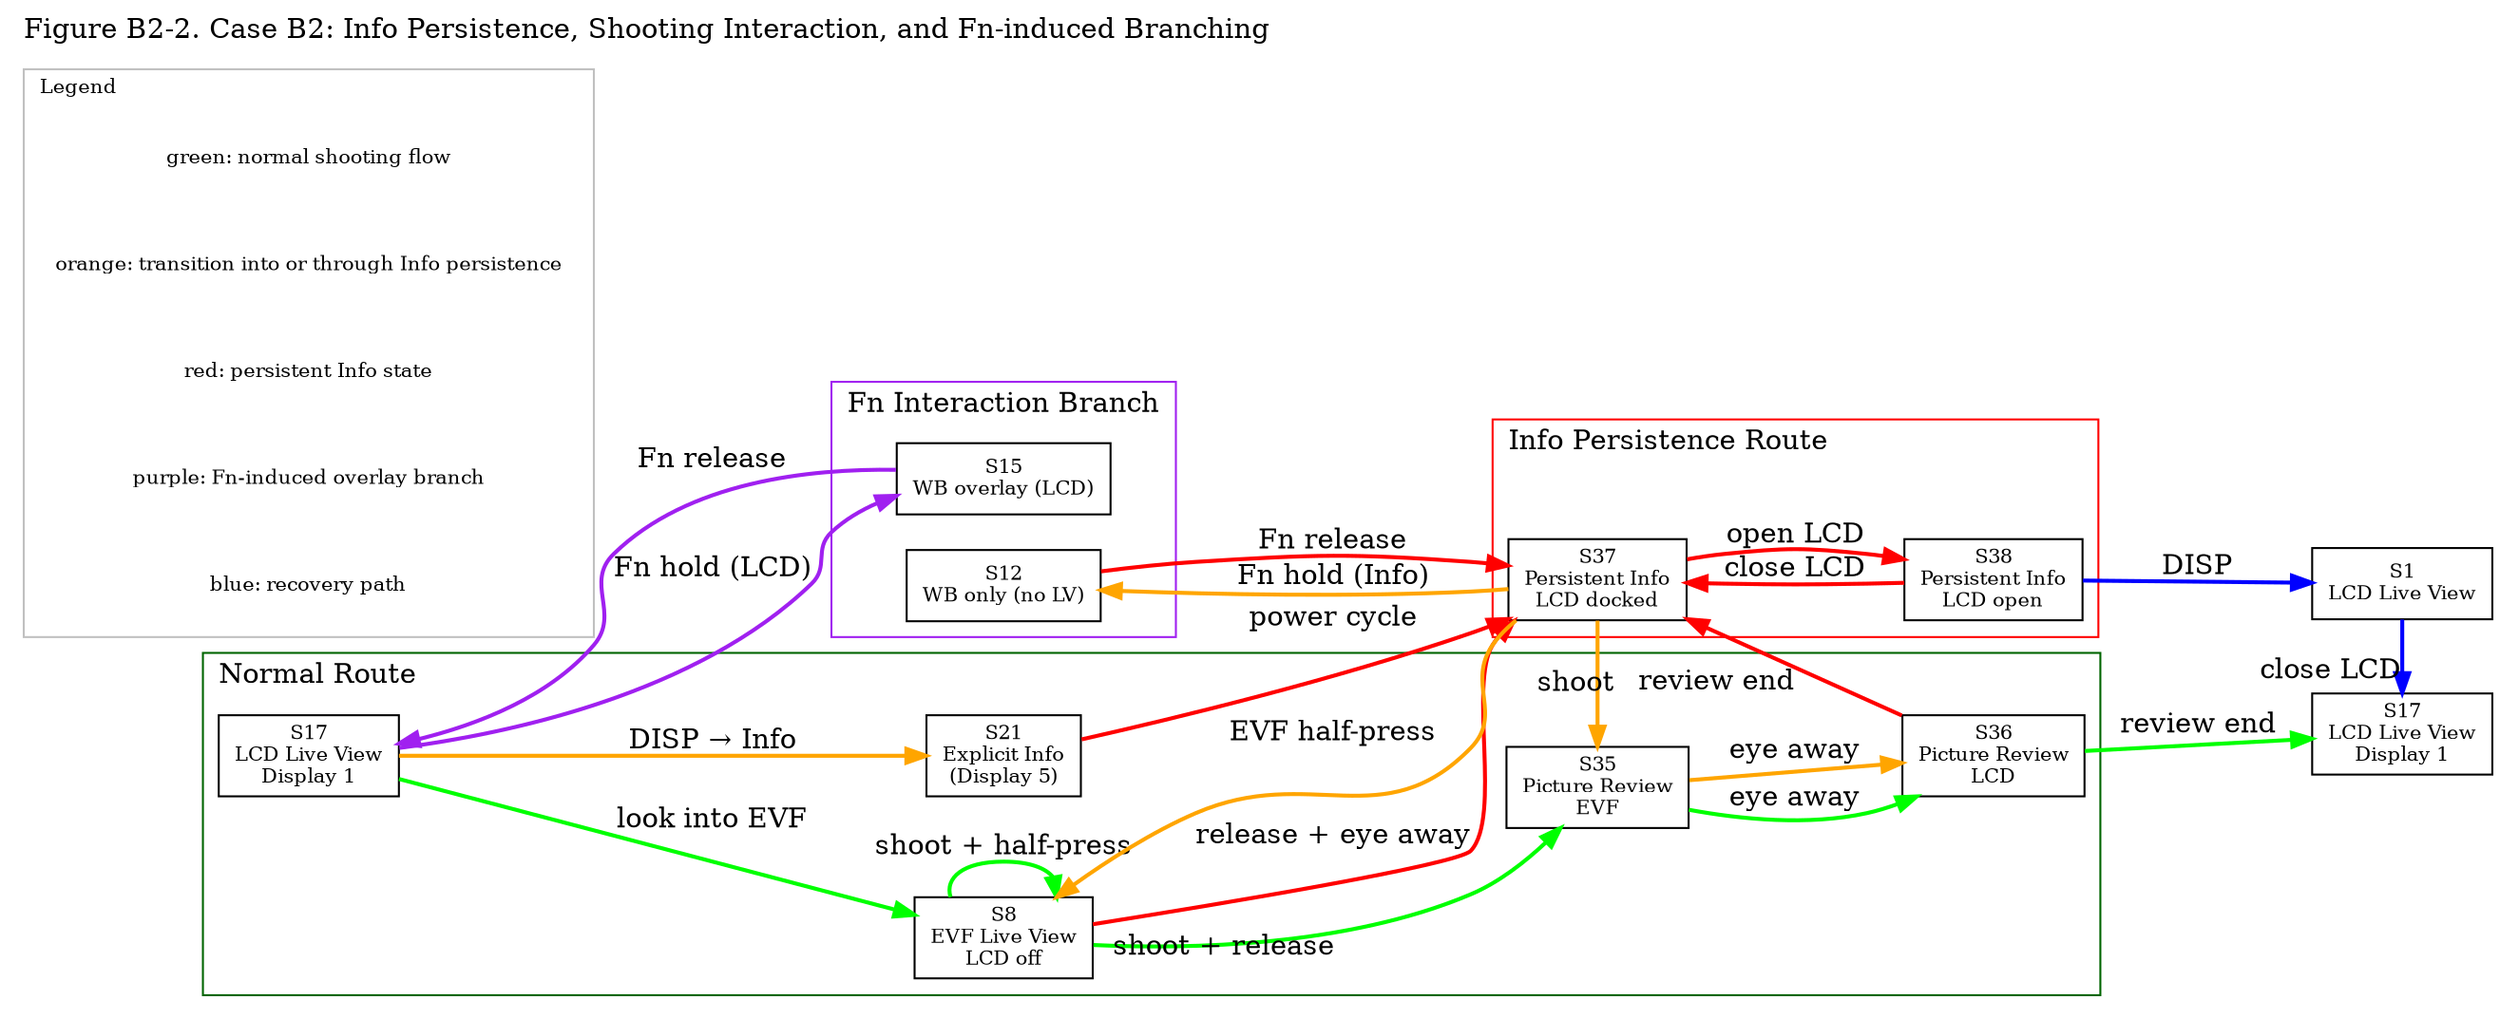
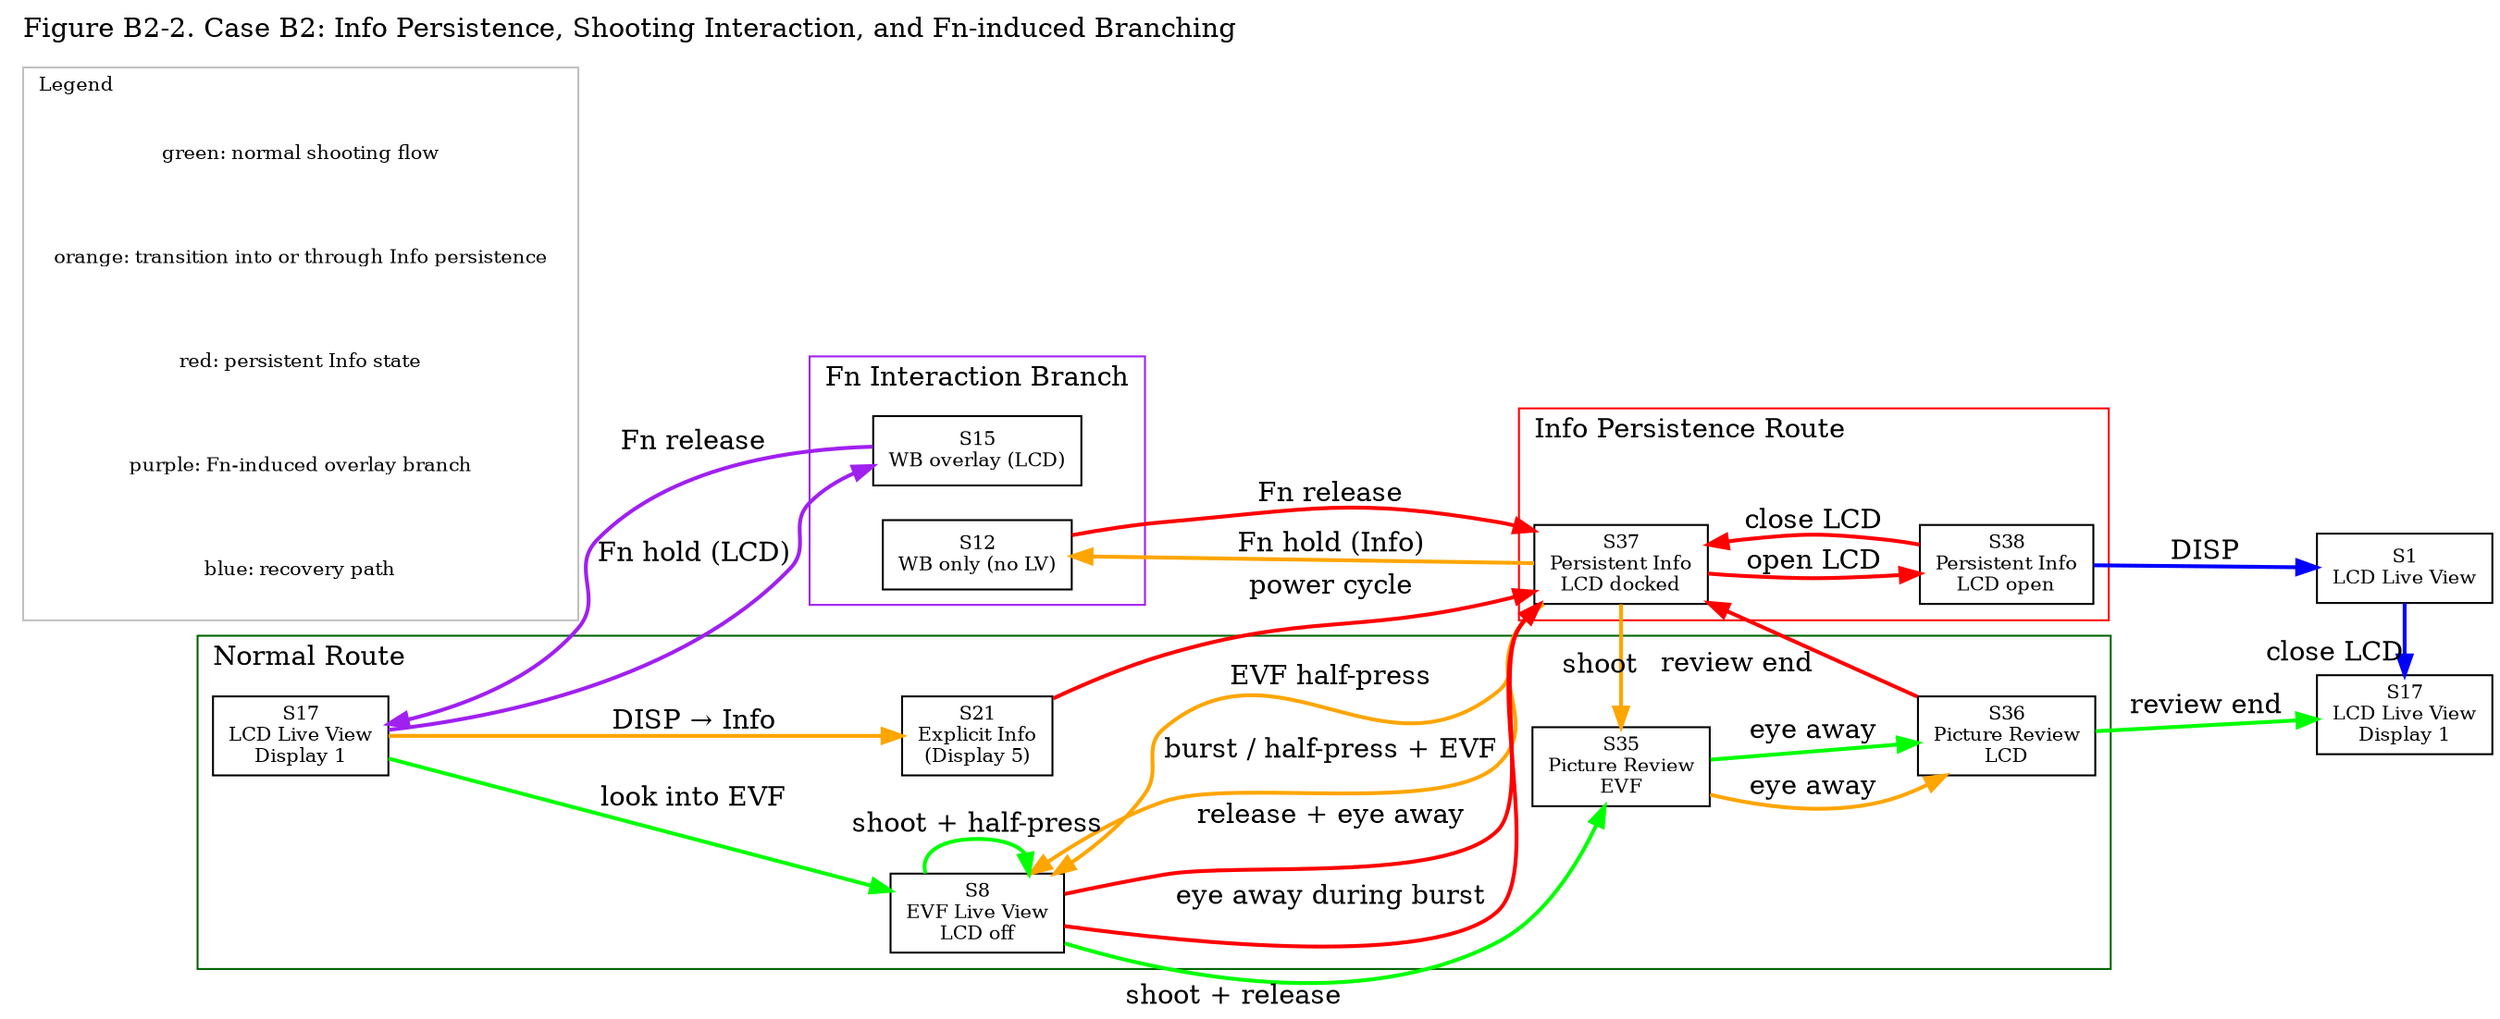
digraph B2_Extended {
label="Figure B2-2. Case B2: Info Persistence, Shooting Interaction, and Fn-induced Branching";
labelloc="t";
labeljust="l";
rankdir=LR;
node [shape=box, fontsize=10];

//S16 [label="S16\nWB overlay (EVF)"];
S15 [label="S15\nWB overlay (LCD)"];
S12 [label="S12\nWB only (no LV)"];
+ 
+ S37 [label="S37\nPersistent Info\nLCD docked"];
+ S38 [label="S38\nPersistent Info\nLCD open"];

S17_L [label="S17\nLCD Live View\nDisplay 1"];
S17_R [label="S17\nLCD Live View\nDisplay 1"];


S8  [label="S8\nEVF Live View\nLCD off"];

S21 [label="S21\nExplicit Info\n(Display 5)"];



S35 [label="S35\nPicture Review\nEVF"];
S36 [label="S36\nPicture Review\nLCD"];
S37 [label="S37\nPersistent Info\nLCD docked"];
S38 [label="S38\nPersistent Info\nLCD open"];
S1  [label="S1\nLCD Live View"];



/* --- Normal shooting flow --- */




     {rank=same; S17_R; S1;}

subgraph cluster_normal {
    label="Normal Route";
    color="darkgreen";

    S17_L -> S8  [label="look into EVF", color="green", penwidth=2];
    S8     -> S35 [xlabel="shoot + release", color="green", penwidth=2];

    S36    -> S17_R [label="review end", color="green", penwidth=2];
    S17_L -> S21 [label="DISP → Info", color="orange", penwidth=2];

}

/* --- Info entry & persistence --- */
subgraph cluster_info {
    label="Info Persistence Route";
    color="red";


    S21   -> S37 [label="power cycle", color="red", penwidth=2];

-     S37 -> S8   [label="EVF half-press", color="orange", penwidth=2];
+      S8  -> S8  [label="shoot + half-press", color="green", penwidth=2];
+      S37 -> S8   [label="EVF half-press", color="orange", penwidth=2];
    S8  -> S37  [label="release + eye away", color="red", penwidth=2];
-     S8  -> S8  [label="shoot + half-press", color="green", penwidth=2];
+     S8  -> S37 [label="eye away during burst", color="red", penwidth=2];
+     S37 -> S8  [label="burst / half-press + EVF", color="orange", penwidth=2];
+ 

    S37 -> S35  [label="shoot", color="orange", penwidth=2];
    S35 -> S36  [label="eye away", color="orange", penwidth=2];
    S36 -> S37  [xlabel="review end", color="red", penwidth=2];
    S38 -> S37 [label="close LCD", color="red", penwidth=2];
    S37 -> S38 [label="open LCD", color="red", penwidth=2];

}



/* --- Fn interaction branch --- */
subgraph cluster_fn {
    label="Fn Interaction Branch";
    color="purple";

//    S8  -> S16 [label="Fn hold (EVF)", color="purple", penwidth=2];
//    S16 -> S8  [label="Fn release", color="purple", penwidth=2];

    S17_L -> S15 [label="Fn hold (LCD)", color="purple", penwidth=2];
    S15   -> S17_L [label="Fn release", color="purple", penwidth=2];

    S37 -> S12 [label="Fn hold (Info)", color="orange", penwidth=2];
    S12 -> S37 [label="Fn release", color="red", penwidth=2];
    S35    -> S36 [label="eye away", color="green", penwidth=2];
}




/* --- Recovery flow --- */
subgraph cluster_recovery {
    label="Recovery";
    color="blue";


    S38 -> S1  [label="DISP", color="blue", penwidth=2];
    S1  -> S17_R [xlabel="close LCD", color="blue", penwidth=2];
}

/* --- Legend --- */
subgraph cluster_legend {
    label="Legend";
    fontsize=10;
    color="gray";

    key_expected [label="green: normal shooting flow", shape=plaintext];
    key_info_transition [label="orange: transition into or through Info persistence", shape=plaintext];
    key_info_state [label="red: persistent Info state", shape=plaintext];
    key_fn [label="purple: Fn-induced overlay branch", shape=plaintext];
    key_recovery [label="blue: recovery path", shape=plaintext];
}


}